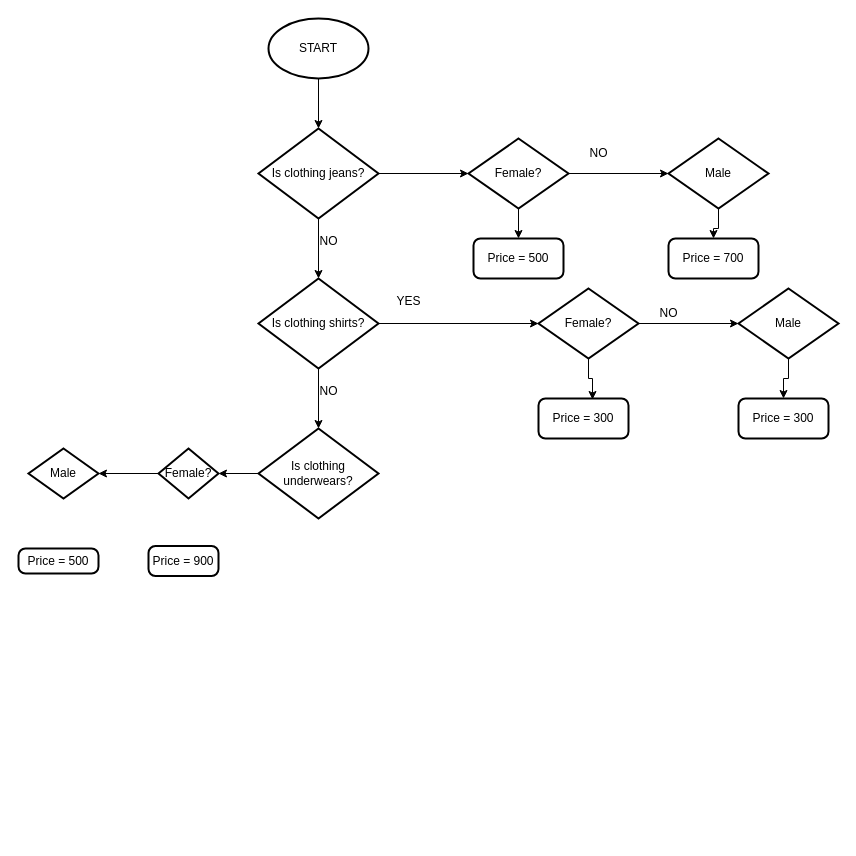
Above: day1-10/Dictionaries(day18)/Flow  diagrams/Fashion flowchart.drawio in Wainainajoyce/100DaysPythonCode (draw.io), before the change. Source tidied: cells renumbered, new cells numbered last; positions are measured from the earlier drawing's top-left corner, leaving out a move shared by most shapes. Both pictures are drawn from the tidied source at 100%, with x=0, y=0 at pixel (18, 18).
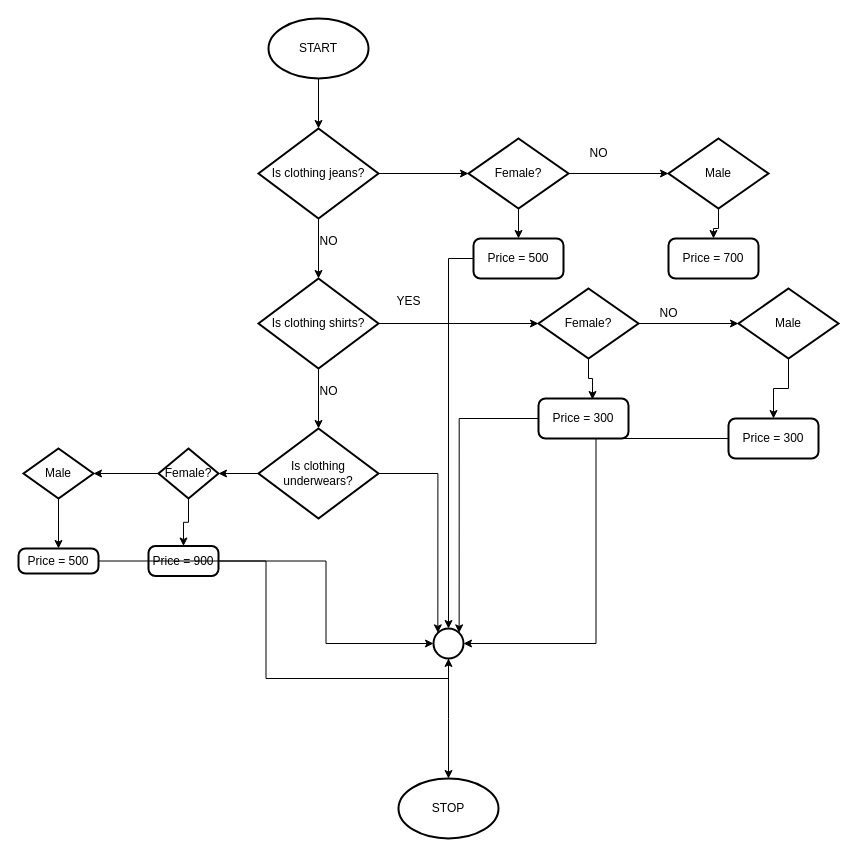
The same diagram, later.

The change refers to these unchanged cells:
```xml
<mxCell id="14" value="Is clothing underwears?" style="strokeWidth=2;html=1;shape=mxgraph.flowchart.decision;whiteSpace=wrap;" parent="1" vertex="1">
  <mxGeometry x="240" y="410" width="120" height="90" as="geometry" />
</mxCell>
<mxCell id="24" value="Female?" style="strokeWidth=2;html=1;shape=mxgraph.flowchart.decision;whiteSpace=wrap;" parent="1" vertex="1">
  <mxGeometry x="140" y="430" width="60" height="50" as="geometry" />
</mxCell>
<mxCell id="26" value="Price = 500" style="rounded=1;whiteSpace=wrap;html=1;absoluteArcSize=1;arcSize=14;strokeWidth=2;" parent="1" vertex="1">
  <mxGeometry x="455" y="220" width="90" height="40" as="geometry" />
</mxCell>
<mxCell id="28" value="Price = 300" style="rounded=1;whiteSpace=wrap;html=1;absoluteArcSize=1;arcSize=14;strokeWidth=2;" parent="1" vertex="1">
  <mxGeometry x="520" y="380" width="90" height="40" as="geometry" />
</mxCell>
<mxCell id="29" value="Price = 900" style="rounded=1;whiteSpace=wrap;html=1;absoluteArcSize=1;arcSize=14;strokeWidth=2;" parent="1" vertex="1">
  <mxGeometry x="130" y="527.5" width="70" height="30" as="geometry" />
</mxCell>
<mxCell id="30" value="Price = 500" style="rounded=1;whiteSpace=wrap;html=1;absoluteArcSize=1;arcSize=14;strokeWidth=2;" parent="1" vertex="1">
  <mxGeometry y="530" width="80" height="25" as="geometry" />
</mxCell>
```

Diff of the diagram source:
```diff
@@
+    <mxCell id="36" style="edgeStyle=orthogonalEdgeStyle;rounded=0;jettySize=auto;html=1;entryX=0.145;entryY=0.145;entryDx=0;entryDy=0;entryPerimeter=0;" parent="1" edge="1" source="14" target="45">
+      <mxGeometry relative="1" as="geometry" />
+    </mxCell>
@@
+    <mxCell id="37" style="edgeStyle=orthogonalEdgeStyle;rounded=0;jettySize=auto;html=1;entryX=0.5;entryY=0;entryDx=0;entryDy=0;" parent="1" edge="1" source="24" target="29">
+      <mxGeometry relative="1" as="geometry" />
+    </mxCell>
@@
+    <mxCell id="38" style="edgeStyle=orthogonalEdgeStyle;rounded=0;jettySize=auto;html=1;entryX=0.5;entryY=0;entryDx=0;entryDy=0;" parent="1" edge="1" source="25" target="30">
+      <mxGeometry relative="1" as="geometry" />
+    </mxCell>
     <mxCell id="25" value="Male" style="strokeWidth=2;html=1;shape=mxgraph.flowchart.decision;whiteSpace=wrap;" parent="1" vertex="1">
-      <mxGeometry x="10" y="430" width="70" height="50" as="geometry" />
+      <mxGeometry x="5" y="430" width="70" height="50" as="geometry" />
     </mxCell>
+    <mxCell id="39" style="edgeStyle=orthogonalEdgeStyle;rounded=0;jettySize=auto;html=1;" parent="1" edge="1" source="26" target="45">
+      <mxGeometry relative="1" as="geometry" />
+    </mxCell>
@@
+    <mxCell id="40" style="edgeStyle=orthogonalEdgeStyle;rounded=0;jettySize=auto;html=1;entryX=0.855;entryY=0.145;entryDx=0;entryDy=0;entryPerimeter=0;" parent="1" edge="1" source="28" target="45">
+      <mxGeometry relative="1" as="geometry" />
+    </mxCell>
@@
+    <mxCell id="41" style="edgeStyle=orthogonalEdgeStyle;rounded=0;jettySize=auto;html=1;entryX=0;entryY=0.5;entryDx=0;entryDy=0;entryPerimeter=0;" parent="1" edge="1" source="29" target="45">
+      <mxGeometry relative="1" as="geometry" />
+    </mxCell>
@@
+    <mxCell id="42" style="edgeStyle=orthogonalEdgeStyle;rounded=0;jettySize=auto;html=1;entryX=0.5;entryY=1;entryDx=0;entryDy=0;entryPerimeter=0;" parent="1" edge="1" source="30" target="45">
+      <mxGeometry relative="1" as="geometry" />
+    </mxCell>
@@
+    <mxCell id="43" style="edgeStyle=orthogonalEdgeStyle;rounded=0;jettySize=auto;html=1;entryX=1;entryY=0.5;entryDx=0;entryDy=0;entryPerimeter=0;" parent="1" edge="1" source="31" target="45">
+      <mxGeometry relative="1" as="geometry" />
+    </mxCell>
     <mxCell id="31" value="Price = 300" style="rounded=1;whiteSpace=wrap;html=1;absoluteArcSize=1;arcSize=14;strokeWidth=2;" parent="1" vertex="1">
-      <mxGeometry x="720" y="380" width="90" height="40" as="geometry" />
+      <mxGeometry x="710" y="400" width="90" height="40" as="geometry" />
     </mxCell>
@@
+    <mxCell id="44" style="edgeStyle=orthogonalEdgeStyle;rounded=0;jettySize=auto;html=1;" parent="1" edge="1" source="45">
+      <mxGeometry relative="1" as="geometry">
+        <mxPoint x="430" y="760" as="targetPoint" />
+      </mxGeometry>
+    </mxCell>
+    <mxCell id="45" style="strokeWidth=2;html=1;shape=mxgraph.flowchart.start_2;whiteSpace=wrap;" parent="1" vertex="1">
+      <mxGeometry x="415" y="610" width="30" height="30" as="geometry" />
+    </mxCell>
+    <mxCell id="46" value="STOP" style="strokeWidth=2;html=1;shape=mxgraph.flowchart.start_1;whiteSpace=wrap;" parent="1" vertex="1">
+      <mxGeometry x="380" y="760" width="100" height="60" as="geometry" />
+    </mxCell>
```
